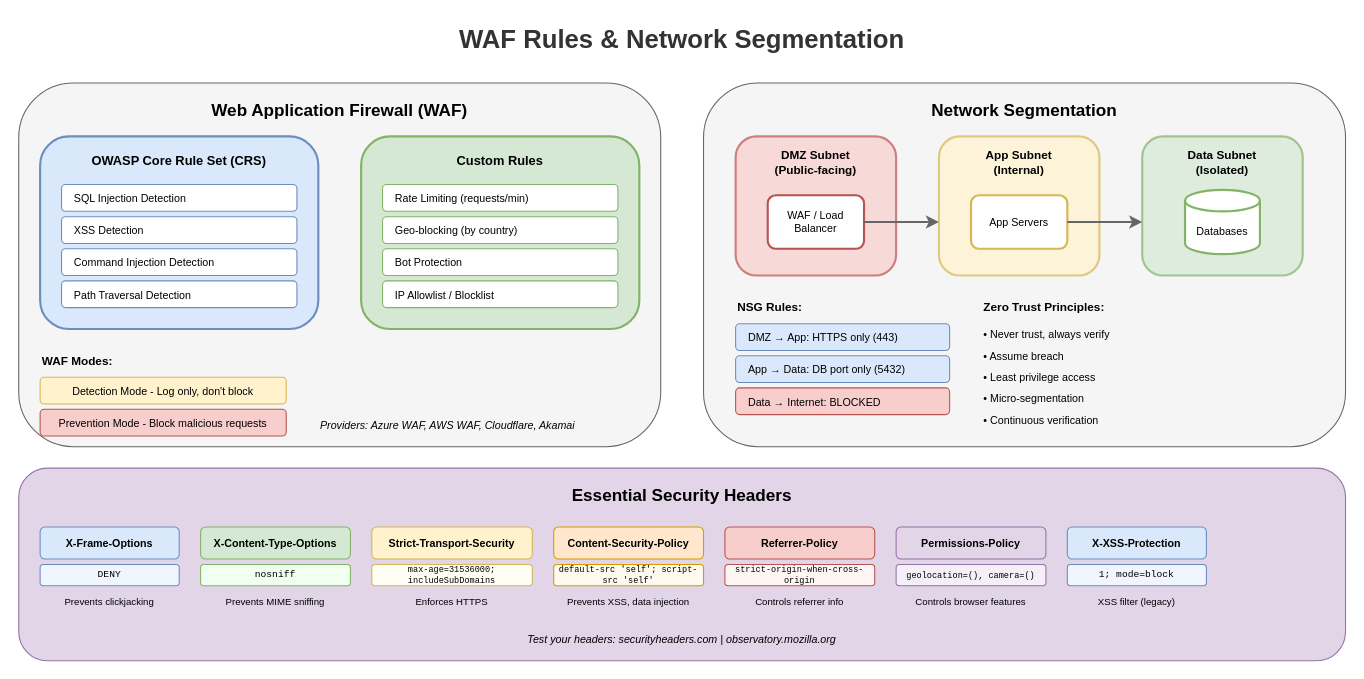
The draw.io diagram lesson-06-security/diagrams/4.2-waf-network-segmentation.drawio in MrParkerZ7/document-lesson-software-architect-x-claude, before the edit. Source tidied: cells renumbered, new cells numbered last; positions are measured from the earlier drawing's top-left corner, leaving out a move shared by most shapes. Both pictures are drawn from the tidied source at 107%, with x=0, y=0 at pixel (18, 18).
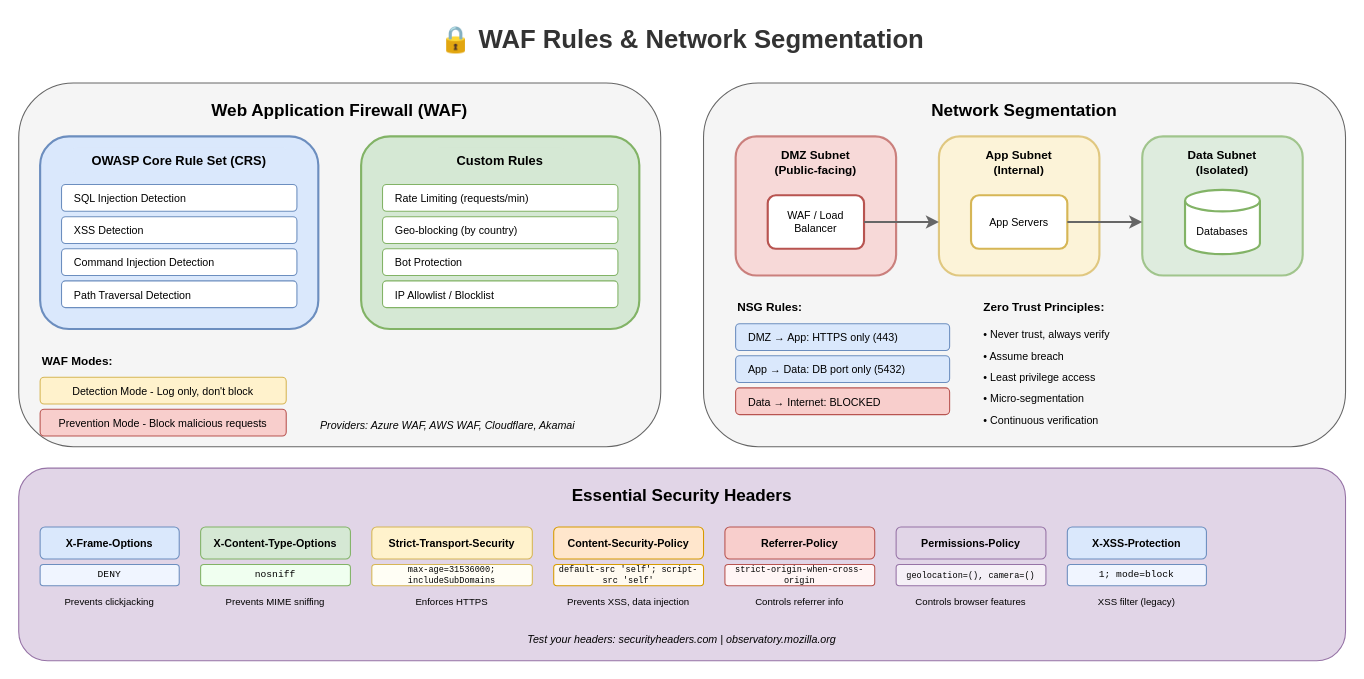
After the change.

The edit, as a diff of the source:
```diff
@@
-    <mxCell id="2" value="WAF Rules &amp; Network Segmentation" style="text;html=1;strokeColor=none;fillColor=none;align=center;verticalAlign=middle;whiteSpace=wrap;rounded=0;fontSize=24;fontStyle=1;fontColor=#333333;" parent="1" vertex="1">
+    <mxCell id="2" value="🔒 WAF Rules &amp; Network Segmentation" style="text;html=1;strokeColor=none;fillColor=none;align=center;verticalAlign=middle;whiteSpace=wrap;rounded=0;fontSize=24;fontStyle=1;fontColor=#333333;" parent="1" vertex="1">
       <mxGeometry x="320" width="600" height="40" as="geometry" />
     </mxCell>
```
